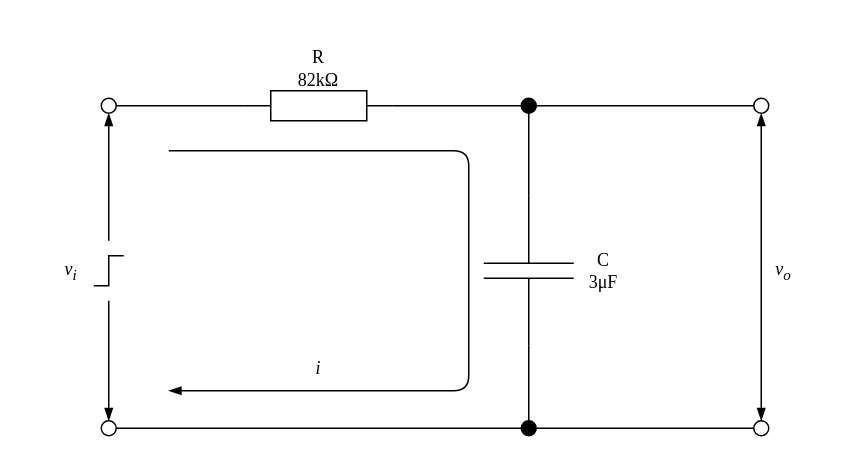
penguin1q/drawio keeps this draw.io diagram as 課題.drawio. Above is the earlier version. Source tidied: cells renumbered, new cells numbered last; positions are measured from the earlier drawing's top-left corner, leaving out a move shared by most shapes. Both pictures are drawn from the tidied source at 150%, with x=0, y=0 at pixel (26, 45).
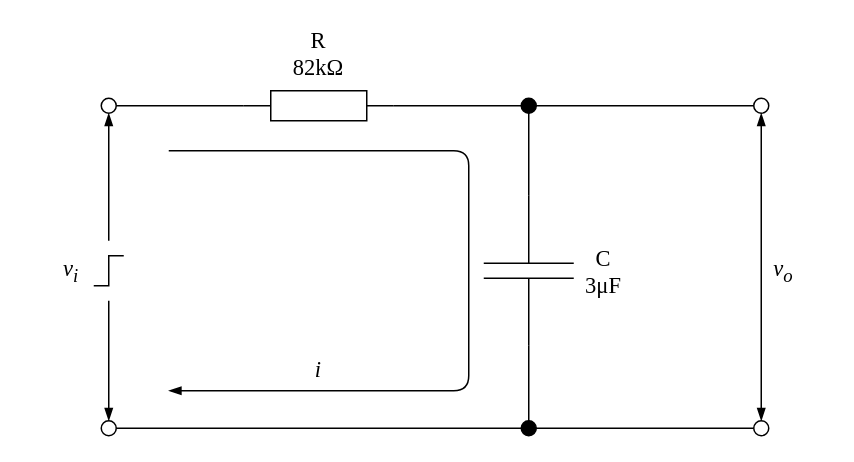
After the change.

Commit message (it also covers changes not shown here):
課題.drawio を更新します

What changed in the source:
```diff
@@
-    <mxCell id="20" value="&lt;font face=&quot;Times New Roman&quot;&gt;R&lt;/font&gt;&lt;div&gt;&lt;font face=&quot;Times New Roman&quot;&gt;82&lt;/font&gt;&lt;font face=&quot;Times New Roman&quot;&gt;kΩ&lt;/font&gt;&lt;/div&gt;" style="text;html=1;align=center;verticalAlign=middle;whiteSpace=wrap;rounded=0;" parent="1" vertex="1">
-      <mxGeometry x="165" width="60" height="30" as="geometry" />
+    <mxCell id="20" value="&lt;font style=&quot;font-size: 15px;&quot; face=&quot;Times New Roman&quot;&gt;R&lt;/font&gt;&lt;div style=&quot;font-size: 15px;&quot;&gt;&lt;font style=&quot;font-size: 15px;&quot;&gt;&lt;font style=&quot;font-size: 15px;&quot; face=&quot;Times New Roman&quot;&gt;82&lt;/font&gt;&lt;font style=&quot;font-size: 15px;&quot; face=&quot;Times New Roman&quot;&gt;kΩ&lt;/font&gt;&lt;/font&gt;&lt;/div&gt;" style="text;html=1;align=center;verticalAlign=middle;whiteSpace=wrap;rounded=0;" parent="1" vertex="1">
+      <mxGeometry x="165" y="-10" width="60" height="30" as="geometry" />
     </mxCell>
-    <mxCell id="21" value="&lt;font face=&quot;Times New Roman&quot;&gt;C&lt;/font&gt;&lt;div&gt;&lt;font face=&quot;Times New Roman&quot;&gt;3μF&lt;/font&gt;&lt;/div&gt;" style="text;html=1;align=center;verticalAlign=middle;whiteSpace=wrap;rounded=0;" parent="1" vertex="1">
+    <mxCell id="21" value="&lt;font style=&quot;font-size: 15px;&quot; face=&quot;Times New Roman&quot;&gt;C&lt;/font&gt;&lt;div style=&quot;font-size: 15px;&quot;&gt;&lt;font style=&quot;font-size: 15px;&quot; face=&quot;Times New Roman&quot;&gt;3μF&lt;/font&gt;&lt;/div&gt;" style="text;html=1;align=center;verticalAlign=middle;whiteSpace=wrap;rounded=0;" parent="1" vertex="1">
       <mxGeometry x="355" y="135" width="60" height="30" as="geometry" />
     </mxCell>
-    <mxCell id="22" value="&lt;font face=&quot;Times New Roman&quot;&gt;&lt;i&gt;v&lt;sub&gt;i&lt;/sub&gt;&lt;/i&gt;&lt;/font&gt;" style="text;html=1;align=center;verticalAlign=middle;whiteSpace=wrap;rounded=0;" parent="1" vertex="1">
+    <mxCell id="22" value="&lt;font style=&quot;font-size: 15px;&quot; face=&quot;Times New Roman&quot;&gt;&lt;i&gt;v&lt;sub&gt;i&lt;/sub&gt;&lt;/i&gt;&lt;/font&gt;" style="text;html=1;align=center;verticalAlign=middle;whiteSpace=wrap;rounded=0;" parent="1" vertex="1">
       <mxGeometry y="135" width="60" height="30" as="geometry" />
     </mxCell>
@@
-    <mxCell id="24" value="&lt;font face=&quot;Times New Roman&quot;&gt;&lt;i&gt;v&lt;sub&gt;o&lt;/sub&gt;&lt;/i&gt;&lt;/font&gt;" style="text;html=1;align=center;verticalAlign=middle;whiteSpace=wrap;rounded=0;" parent="1" vertex="1">
+    <mxCell id="24" value="&lt;font style=&quot;font-size: 15px;&quot; face=&quot;Times New Roman&quot;&gt;&lt;i&gt;v&lt;sub&gt;o&lt;/sub&gt;&lt;/i&gt;&lt;/font&gt;" style="text;html=1;align=center;verticalAlign=middle;whiteSpace=wrap;rounded=0;" parent="1" vertex="1">
       <mxGeometry x="475" y="135" width="60" height="30" as="geometry" />
     </mxCell>
@@
-    <mxCell id="26" value="&lt;font face=&quot;Times New Roman&quot;&gt;&lt;i&gt;i&lt;/i&gt;&lt;/font&gt;" style="text;html=1;align=center;verticalAlign=middle;whiteSpace=wrap;rounded=0;" parent="1" vertex="1">
+    <mxCell id="26" value="&lt;font size=&quot;1&quot; face=&quot;Times New Roman&quot;&gt;&lt;i style=&quot;font-size: 15px;&quot;&gt;i&lt;/i&gt;&lt;/font&gt;" style="text;html=1;align=center;verticalAlign=middle;whiteSpace=wrap;rounded=0;" parent="1" vertex="1">
       <mxGeometry x="165" y="200" width="60" height="30" as="geometry" />
     </mxCell>
```
